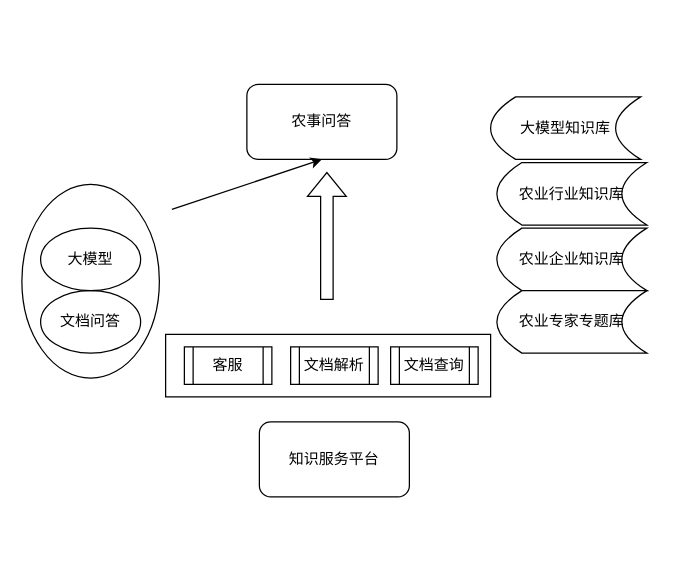
Above: nwfx.drawio in yzy1421/Amateur-women-basketball-in-China (draw.io), before the change. Source tidied: cells renumbered, new cells numbered last; positions are measured from the earlier drawing's top-left corner, leaving out a move shared by most shapes. Both pictures are drawn from the tidied source at 125%, with x=0, y=0 at pixel (21, 84).
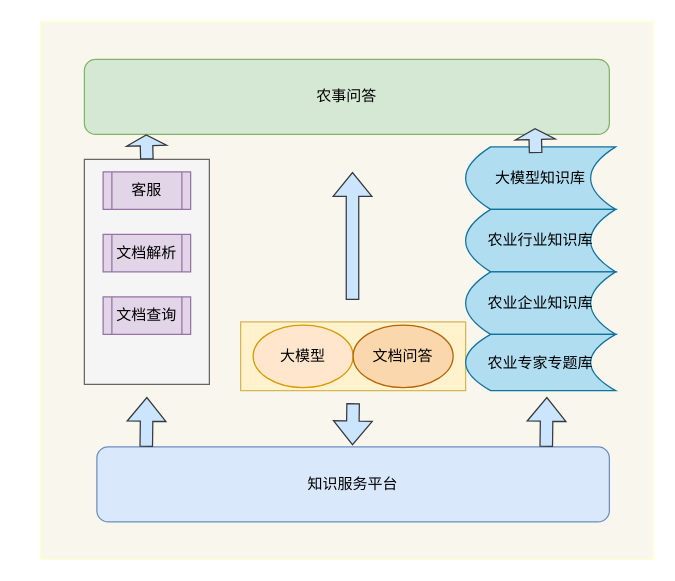
The same page after the edit.

The edit, as a diff of the source:
```diff
@@
+    <mxCell id="18" style="rounded=0;whiteSpace=wrap;html=1;fillColor=#f9f7ed;strokeColor=#FFFFCC;" parent="1" vertex="1">
+      <mxGeometry x="15" y="-50" width="490" height="430" as="geometry" />
+    </mxCell>
+    <mxCell id="19" style="rounded=0;whiteSpace=wrap;html=1;fillColor=#fff2cc;strokeColor=#d6b656;" parent="1" vertex="1">
+      <mxGeometry x="175" y="190" width="180" height="55" as="geometry" />
+    </mxCell>
-    <mxCell id="2" style="rounded=0;whiteSpace=wrap;html=1;" parent="1" vertex="1">
-      <mxGeometry x="115" y="200" width="260" height="50" as="geometry" />
+    <mxCell id="2" style="rounded=0;whiteSpace=wrap;html=1;fillColor=#f5f5f5;strokeColor=#666666;fontColor=#333333;" parent="1" vertex="1">
+      <mxGeometry x="50" y="60" width="100" height="180" as="geometry" />
     </mxCell>
-    <mxCell id="3" value="农事问答" style="rounded=1;whiteSpace=wrap;html=1;" parent="1" vertex="1">
-      <mxGeometry x="180" width="120" height="60" as="geometry" />
+    <mxCell id="3" value="农事问答" style="rounded=1;whiteSpace=wrap;html=1;fillColor=#d5e8d4;strokeColor=#82b366;" parent="1" vertex="1">
+      <mxGeometry x="50" y="-20" width="420" height="60" as="geometry" />
     </mxCell>
-    <mxCell id="4" value="知识服务平台" style="rounded=1;whiteSpace=wrap;html=1;" parent="1" vertex="1">
-      <mxGeometry x="190" y="270" width="120" height="60" as="geometry" />
+    <mxCell id="4" value="知识服务平台" style="rounded=1;whiteSpace=wrap;html=1;fillColor=#dae8fc;strokeColor=#6c8ebf;" parent="1" vertex="1">
+      <mxGeometry x="60" y="290" width="410" height="60" as="geometry" />
     </mxCell>
-    <mxCell id="5" style="endArrow=classic;html=1;rounded=0;entryX=0.5;entryY=1;entryDx=0;entryDy=0;" parent="1" edge="1" target="3">
-      <mxGeometry relative="1" as="geometry">
-        <mxPoint x="120" y="100" as="sourcePoint" />
-      </mxGeometry>
-    </mxCell>
-    <mxCell id="6" style="shape=flexArrow;endArrow=classic;html=1;rounded=0;" parent="1" edge="1">
+    <mxCell id="6" style="shape=flexArrow;endArrow=classic;html=1;rounded=0;fillColor=#cce5ff;strokeColor=#36393d;" parent="1" edge="1">
       <mxGeometry relative="1" as="geometry">
-        <mxPoint x="244" y="172.5" as="sourcePoint" />
-        <mxPoint x="244" y="70" as="targetPoint" />
+        <mxPoint x="264.5" y="172.5" as="sourcePoint" />
+        <mxPoint x="264.5" y="70" as="targetPoint" />
       </mxGeometry>
     </mxCell>
-    <mxCell id="7" value="大模型知识库" style="shape=dataStorage;whiteSpace=wrap;html=1;fixedSize=1;" parent="1" vertex="1">
-      <mxGeometry x="375" y="10" width="120" height="50" as="geometry" />
+    <mxCell id="7" value="大模型知识库" style="shape=dataStorage;whiteSpace=wrap;html=1;fixedSize=1;fillColor=#b1ddf0;strokeColor=#10739e;" parent="1" vertex="1">
+      <mxGeometry x="355" y="50" width="120" height="50" as="geometry" />
     </mxCell>
-    <mxCell id="8" value="客服" style="shape=process;whiteSpace=wrap;html=1;backgroundOutline=1;" parent="1" vertex="1">
-      <mxGeometry x="130" y="210" width="70" height="30" as="geometry" />
+    <mxCell id="8" value="客服" style="shape=process;whiteSpace=wrap;html=1;backgroundOutline=1;fillColor=#e1d5e7;strokeColor=#9673a6;" parent="1" vertex="1">
+      <mxGeometry x="65" y="70" width="70" height="30" as="geometry" />
     </mxCell>
-    <mxCell id="9" value="文档解析" style="shape=process;whiteSpace=wrap;html=1;backgroundOutline=1;" parent="1" vertex="1">
-      <mxGeometry x="215" y="210" width="70" height="30" as="geometry" />
+    <mxCell id="9" value="文档解析" style="shape=process;whiteSpace=wrap;html=1;backgroundOutline=1;fillColor=#e1d5e7;strokeColor=#9673a6;" parent="1" vertex="1">
+      <mxGeometry x="65" y="120" width="70" height="30" as="geometry" />
     </mxCell>
-    <mxCell id="10" value="文档查询" style="shape=process;whiteSpace=wrap;html=1;backgroundOutline=1;" parent="1" vertex="1">
-      <mxGeometry x="295" y="210" width="70" height="30" as="geometry" />
+    <mxCell id="10" value="文档查询" style="shape=process;whiteSpace=wrap;html=1;backgroundOutline=1;fillColor=#e1d5e7;strokeColor=#9673a6;" parent="1" vertex="1">
+      <mxGeometry x="65" y="170" width="70" height="30" as="geometry" />
     </mxCell>
-    <mxCell id="11" style="group;" parent="1" vertex="1">
-      <mxGeometry y="80" width="110" height="155" as="geometry" />
-    </mxCell>
-    <mxCell id="12" style="ellipse;whiteSpace=wrap;html=1;" parent="11" vertex="1">
-      <mxGeometry width="110" height="155" as="geometry" />
-    </mxCell>
-    <mxCell id="13" value="文档问答" style="ellipse;whiteSpace=wrap;html=1;" parent="11" vertex="1">
-      <mxGeometry x="15" y="85" width="80" height="50" as="geometry" />
-    </mxCell>
-    <mxCell id="14" value="大模型" style="ellipse;whiteSpace=wrap;html=1;" parent="11" vertex="1">
-      <mxGeometry x="15" y="35" width="80" height="50" as="geometry" />
-    </mxCell>
-    <mxCell id="15" value="农业行业知识库" style="shape=dataStorage;whiteSpace=wrap;html=1;fixedSize=1;" parent="1" vertex="1">
-      <mxGeometry x="380" y="62.5" width="120" height="50" as="geometry" />
+    <mxCell id="15" value="农业行业知识库" style="shape=dataStorage;whiteSpace=wrap;html=1;fixedSize=1;fillColor=#b1ddf0;strokeColor=#10739e;" parent="1" vertex="1">
+      <mxGeometry x="355" y="100" width="120" height="50" as="geometry" />
     </mxCell>
-    <mxCell id="16" value="农业企业知识库" style="shape=dataStorage;whiteSpace=wrap;html=1;fixedSize=1;" parent="1" vertex="1">
-      <mxGeometry x="380" y="115" width="120" height="50" as="geometry" />
+    <mxCell id="16" value="农业企业知识库" style="shape=dataStorage;whiteSpace=wrap;html=1;fixedSize=1;fillColor=#b1ddf0;strokeColor=#10739e;" parent="1" vertex="1">
+      <mxGeometry x="355" y="150" width="120" height="50" as="geometry" />
     </mxCell>
-    <mxCell id="17" value="农业专家专题库" style="shape=dataStorage;whiteSpace=wrap;html=1;fixedSize=1;" parent="1" vertex="1">
-      <mxGeometry x="380" y="165" width="120" height="50" as="geometry" />
+    <mxCell id="17" value="农业专家专题库" style="shape=dataStorage;whiteSpace=wrap;html=1;fixedSize=1;fillColor=#b1ddf0;strokeColor=#10739e;" parent="1" vertex="1">
+      <mxGeometry x="355" y="200" width="120" height="45" as="geometry" />
     </mxCell>
+    <mxCell id="14" value="大模型" style="ellipse;whiteSpace=wrap;html=1;fillColor=#ffe6cc;strokeColor=#d79b00;" parent="1" vertex="1">
+      <mxGeometry x="185" y="192.5" width="80" height="50" as="geometry" />
+    </mxCell>
+    <mxCell id="13" value="文档问答" style="ellipse;whiteSpace=wrap;html=1;fillColor=#fad7ac;strokeColor=#b46504;" parent="1" vertex="1">
+      <mxGeometry x="265" y="192.5" width="80" height="50" as="geometry" />
+    </mxCell>
+    <mxCell id="20" style="shape=flexArrow;endArrow=classic;html=1;rounded=0;fillColor=#cce5ff;strokeColor=#36393d;" parent="1" edge="1">
+      <mxGeometry relative="1" as="geometry">
+        <mxPoint x="265" y="255" as="sourcePoint" />
+        <mxPoint x="264.5" y="288.8" as="targetPoint" />
+      </mxGeometry>
+    </mxCell>
+    <mxCell id="21" style="shape=flexArrow;endArrow=classic;html=1;rounded=0;fillColor=#cce5ff;strokeColor=#36393d;" parent="1" edge="1">
+      <mxGeometry relative="1" as="geometry">
+        <mxPoint x="99.5" y="290" as="sourcePoint" />
+        <mxPoint x="100" y="250" as="targetPoint" />
+      </mxGeometry>
+    </mxCell>
+    <mxCell id="22" style="shape=flexArrow;endArrow=classic;html=1;rounded=0;fillColor=#cce5ff;strokeColor=#36393d;" parent="1" edge="1">
+      <mxGeometry relative="1" as="geometry">
+        <mxPoint x="419.5" y="290" as="sourcePoint" />
+        <mxPoint x="420" y="250" as="targetPoint" />
+      </mxGeometry>
+    </mxCell>
+    <mxCell id="23" style="shape=flexArrow;endArrow=classic;html=1;rounded=0;fillColor=#cce5ff;strokeColor=#36393d;endWidth=21;endSize=2.53;" parent="1" edge="1">
+      <mxGeometry relative="1" as="geometry">
+        <mxPoint x="100" y="60" as="sourcePoint" />
+        <mxPoint x="99.5" y="40" as="targetPoint" />
+      </mxGeometry>
+    </mxCell>
+    <mxCell id="24" style="shape=flexArrow;endArrow=classic;html=1;rounded=0;fillColor=#cce5ff;strokeColor=#36393d;endWidth=21;endSize=2.53;" parent="1" edge="1">
+      <mxGeometry relative="1" as="geometry">
+        <mxPoint x="411" y="55" as="sourcePoint" />
+        <mxPoint x="410.5" y="35" as="targetPoint" />
+      </mxGeometry>
+    </mxCell>
```
